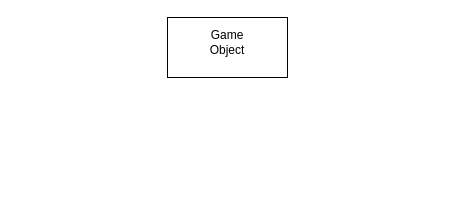
This is Multi-User-Collab.drawio from kristiandFrance/Characters-Enter-One-Leaves, a draw.io file, before an edit. Source tidied: cells renumbered, new cells numbered last; positions are measured from the earlier drawing's top-left corner, leaving out a move shared by most shapes. Both pictures are drawn from the tidied source at 100%, with x=0, y=0 at pixel (167, 17).
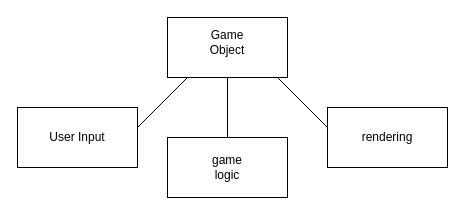
The same diagram, later.

Change to the diagram source:
```diff
@@
 <mxGraphModel>
   <root>
     <mxCell id="0" />
     <mxCell id="1" parent="0" />
     <mxCell id="2" style="rounded=0;whiteSpace=wrap;html=1;" parent="1" vertex="1">
       <mxGeometry width="120" height="60" as="geometry" />
     </mxCell>
     <mxCell id="3" value="Game Object" style="text;html=1;strokeColor=none;fillColor=none;align=center;verticalAlign=middle;whiteSpace=wrap;rounded=0;" parent="1" vertex="1">
       <mxGeometry x="30" y="10" width="60" height="30" as="geometry" />
     </mxCell>
+    <mxCell id="4" style="endArrow=none;html=1;rounded=0;" parent="1" edge="1">
+      <mxGeometry relative="1" as="geometry">
+        <mxPoint x="-30" y="110" as="sourcePoint" />
+        <mxPoint x="20" y="60" as="targetPoint" />
+      </mxGeometry>
+    </mxCell>
+    <mxCell id="5" style="endArrow=none;html=1;rounded=0;" parent="1" edge="1">
+      <mxGeometry relative="1" as="geometry">
+        <mxPoint x="60" y="120" as="sourcePoint" />
+        <mxPoint x="60" y="60" as="targetPoint" />
+      </mxGeometry>
+    </mxCell>
+    <mxCell id="6" style="endArrow=none;html=1;rounded=0;" parent="1" edge="1">
+      <mxGeometry relative="1" as="geometry">
+        <mxPoint x="160" y="110" as="sourcePoint" />
+        <mxPoint x="110" y="60" as="targetPoint" />
+      </mxGeometry>
+    </mxCell>
+    <mxCell id="7" style="rounded=0;whiteSpace=wrap;html=1;" parent="1" vertex="1">
+      <mxGeometry x="-150" y="90" width="120" height="60" as="geometry" />
+    </mxCell>
+    <mxCell id="8" style="rounded=0;whiteSpace=wrap;html=1;" parent="1" vertex="1">
+      <mxGeometry x="160" y="90" width="120" height="60" as="geometry" />
+    </mxCell>
+    <mxCell id="9" style="rounded=0;whiteSpace=wrap;html=1;" parent="1" vertex="1">
+      <mxGeometry y="120" width="120" height="60" as="geometry" />
+    </mxCell>
+    <mxCell id="10" value=" User Input" style="text;html=1;strokeColor=none;fillColor=none;align=center;verticalAlign=middle;whiteSpace=wrap;rounded=0;" parent="1" vertex="1">
+      <mxGeometry x="-120" y="105" width="60" height="30" as="geometry" />
+    </mxCell>
+    <mxCell id="11" value=" game logic" style="text;html=1;strokeColor=none;fillColor=none;align=center;verticalAlign=middle;whiteSpace=wrap;rounded=0;" parent="1" vertex="1">
+      <mxGeometry x="30" y="135" width="60" height="30" as="geometry" />
+    </mxCell>
+    <mxCell id="12" value=" rendering" style="text;html=1;strokeColor=none;fillColor=none;align=center;verticalAlign=middle;whiteSpace=wrap;rounded=0;" parent="1" vertex="1">
+      <mxGeometry x="190" y="105" width="60" height="30" as="geometry" />
+    </mxCell>
   </root>
 </mxGraphModel>
```
